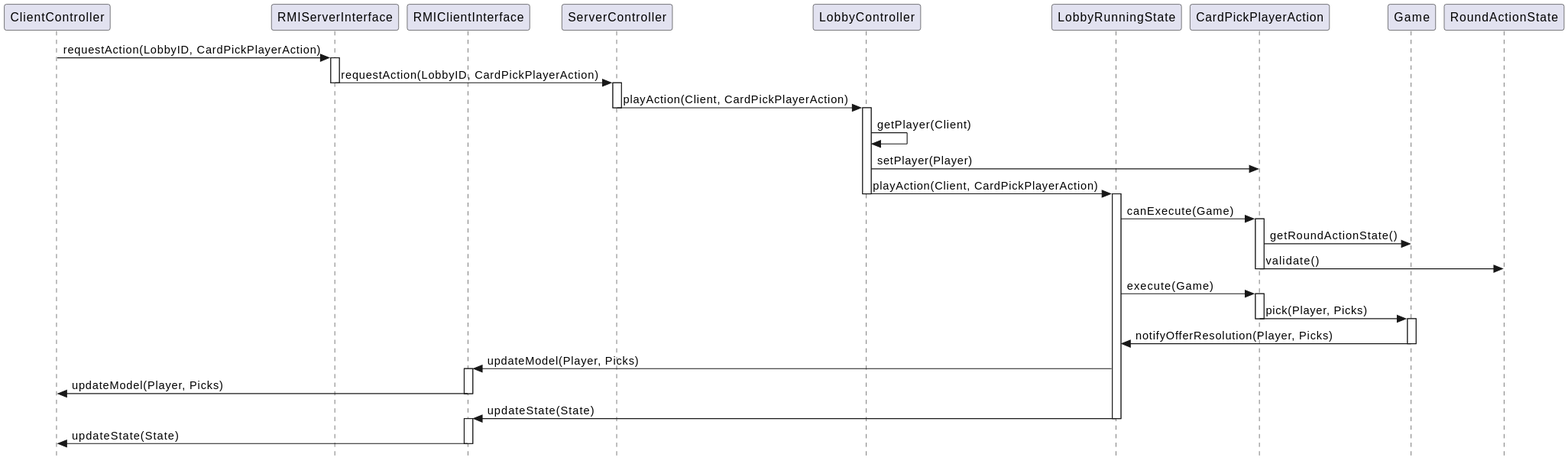
Earlier version of the PlantUML export uml/card_pick_rmi.svg (Teiyo22/ing-sw-2026-hu-hu-jin-jin).
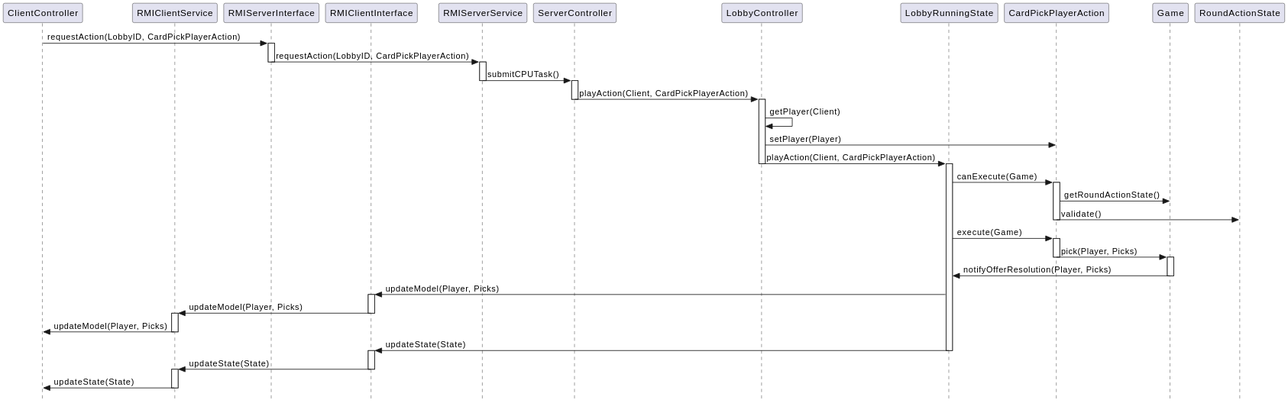
After the commit.

What changed in the source:
```diff
@@ -2,8 +2,10 @@
 skinparam style strictuml
 
 participant ClientController
+participant RMIClientService
 participant RMIServerInterface
 participant RMIClientInterface
+participant RMIServerService
 participant ServerController
 participant LobbyController
 participant LobbyRunningState
@@ -14,8 +16,12 @@
 ClientController -> RMIServerInterface: requestAction(LobbyID, CardPickPlayerAction)
 
 activate RMIServerInterface
-RMIServerInterface -> ServerController : requestAction(LobbyID, CardPickPlayerAction)
+RMIServerInterface -> RMIServerService : requestAction(LobbyID, CardPickPlayerAction)
 deactivate RMIServerInterface
+
+activate RMIServerService
+RMIServerService -> ServerController : submitCPUTask()
+deactivate RMIServerService
 
 activate ServerController
 ServerController -> LobbyController: playAction(Client, CardPickPlayerAction)
@@ -48,13 +54,21 @@
 LobbyRunningState -> RMIClientInterface: updateModel(Player, Picks)
 
 activate RMIClientInterface
-RMIClientInterface -> ClientController: updateModel(Player, Picks)
+RMIClientInterface -> RMIClientService: updateModel(Player, Picks)
 deactivate RMIClientInterface
+
+activate RMIClientService
+RMIClientService -> ClientController: updateModel(Player, Picks)
+deactivate RMIClientService
 
 LobbyRunningState -> RMIClientInterface: updateState(State)
 deactivate LobbyRunningState
 
 activate RMIClientInterface
-RMIClientInterface -> ClientController: updateState(State)
+RMIClientInterface -> RMIClientService: updateState(State)
 deactivate RMIClientInterface
+
+activate RMIClientService
+RMIClientService -> ClientController: updateState(State)
+deactivate RMIClientService
 @enduml
```
